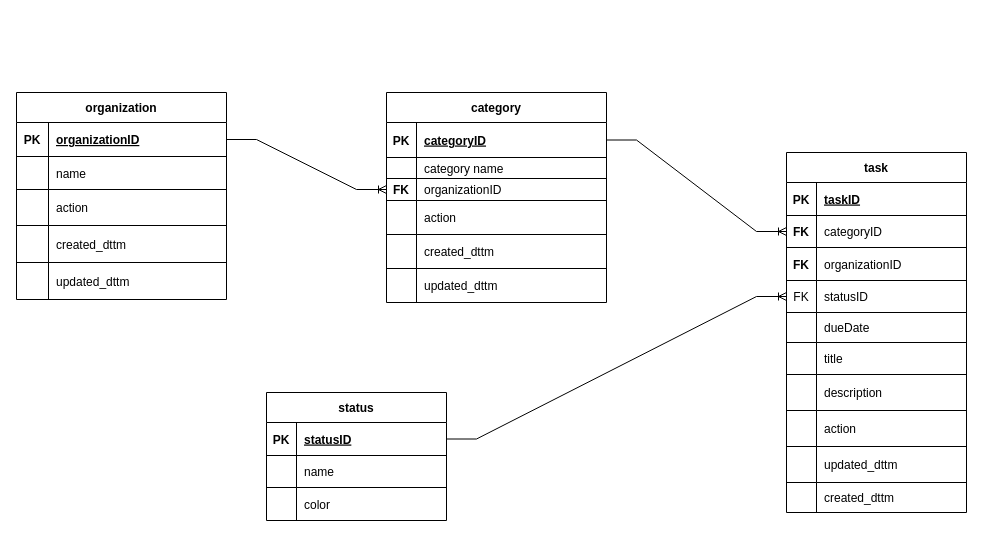
Before: todo-Diagram.drawio in shubham06121999/to-do_docs, a draw.io diagram. Source tidied: cells renumbered, new cells numbered last; positions are measured from the earlier drawing's top-left corner, leaving out a move shared by most shapes. Both pictures are drawn from the tidied source at 100%, with x=0, y=0 at pixel (16, 92).
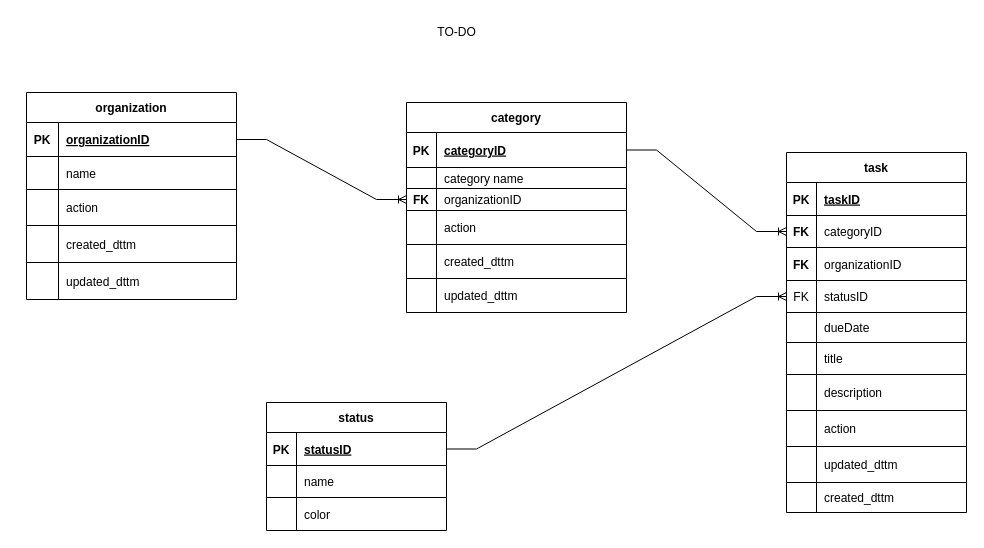
The same diagram, later.

What changed in the source:
```diff
@@
     <mxCell id="2" value="organization" style="shape=table;startSize=30;childLayout=tableLayout;rowLines=1;fontStyle=1;align=center;fillStyle=auto;columnLines=1;" parent="1" vertex="1">
-      <mxGeometry width="210" height="207" as="geometry" />
+      <mxGeometry x="10" width="210" height="207" as="geometry" />
     </mxCell>
@@
     <mxCell id="18" value="category" style="shape=table;startSize=30;childLayout=tableLayout;rowLines=1;fontStyle=1;align=center;strokeColor=default;fontFamily=Helvetica;fontSize=12;fontColor=default;fillColor=default;" parent="1" vertex="1">
-      <mxGeometry x="370" width="220" height="210" as="geometry" />
+      <mxGeometry x="390" y="10" width="220" height="210" as="geometry" />
     </mxCell>
@@
     <mxCell id="70" value="status" style="shape=table;startSize=30;childLayout=tableLayout;rowLines=1;fontStyle=1;align=center;strokeColor=default;fontFamily=Helvetica;fontSize=12;fontColor=default;fillColor=default;" parent="1" vertex="1">
-      <mxGeometry x="250" y="300" width="180" height="128" as="geometry" />
+      <mxGeometry x="250" y="310" width="180" height="128" as="geometry" />
     </mxCell>
@@
+    <mxCell id="81" value="TO-DO" style="text;html=1;align=center;verticalAlign=middle;fillColor=none;strokeColor=none;rounded=0;fontFamily=Helvetica;fontSize=12;fontColor=default;startSize=30;" parent="1" vertex="1">
+      <mxGeometry x="410" y="-75" width="60" height="30" as="geometry" />
+    </mxCell>
```
